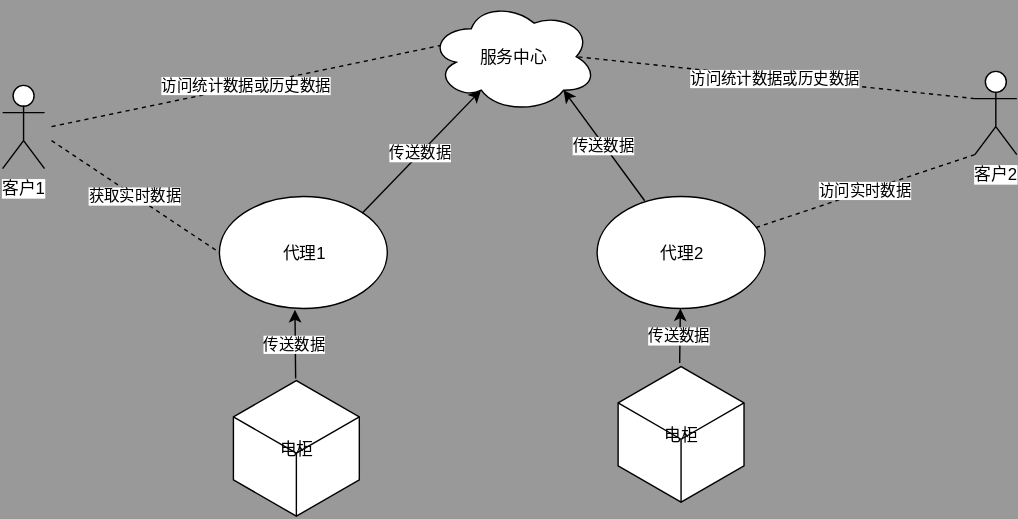
erbuziren/go-test keeps this draw.io diagram as 正常状态.svg. Above is the earlier version. Source tidied: cells renumbered, new cells last; positions are measured from the earlier drawing's top-left corner, leaving out a move shared by most shapes.
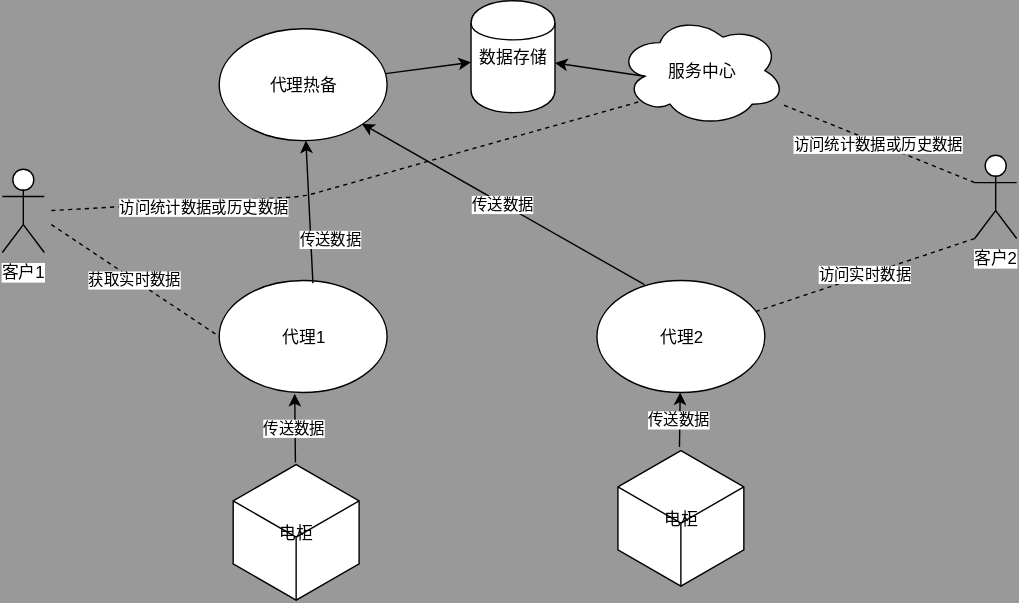
After the commit.

What changed in the source:
```diff
@@ -8,10 +8,10 @@
     <mxCell id="3" value="代理2" style="ellipse;whiteSpace=wrap;html=1;" parent="1" vertex="1">
       <mxGeometry x="425" y="140" width="120" height="80" as="geometry" />
     </mxCell>
-    <mxCell id="4" value="传送数据" style="endArrow=classic;html=1;exitX=1;exitY=0;entryX=0.31;entryY=0.8;entryPerimeter=0;" parent="1" edge="1" source="2" target="13">
-      <mxGeometry relative="1" as="geometry" />
+    <mxCell id="4" value="传送数据" style="endArrow=classic;html=1;exitX=0.558;exitY=0.025;exitPerimeter=0;" parent="1" edge="1" source="2" target="17">
+      <mxGeometry x="-0.39" y="-15" relative="1" as="geometry" />
     </mxCell>
-    <mxCell id="5" value="传送数据" style="endArrow=classic;html=1;entryX=0.8;entryY=0.8;exitX=0.283;exitY=0.038;exitPerimeter=0;entryPerimeter=0;" parent="1" edge="1" source="3" target="13">
+    <mxCell id="5" value="传送数据" style="endArrow=classic;html=1;entryX=1;entryY=1;exitX=0.283;exitY=0.038;exitPerimeter=0;" parent="1" edge="1" source="3" target="17">
       <mxGeometry relative="1" as="geometry" />
     </mxCell>
     <mxCell id="6" value="客户1" style="shape=umlActor;verticalLabelPosition=bottom;labelBackgroundColor=#ffffff;verticalAlign=top;html=1;" parent="1" vertex="1">
@@ -32,13 +32,16 @@
     <mxCell id="11" value="传送数据" style="endArrow=classic;html=1;exitX=0.489;exitY=-0.01;exitPerimeter=0;" parent="1" edge="1" source="8" target="3">
       <mxGeometry relative="1" as="geometry" />
     </mxCell>
-    <mxCell id="12" value="访问统计数据或历史数据" style="endArrow=none;dashed=1;html=1;entryX=0.07;entryY=0.4;entryPerimeter=0;" parent="1" edge="1" target="13">
-      <mxGeometry relative="1" as="geometry">
+    <mxCell id="12" value="访问统计数据或历史数据" style="endArrow=none;dashed=1;html=1;entryX=0.13;entryY=0.77;entryPerimeter=0;" parent="1" edge="1" target="13">
+      <mxGeometry x="-0.49" y="-4" relative="1" as="geometry">
         <mxPoint x="35" y="90" as="sourcePoint" />
+        <Array as="points">
+          <mxPoint x="215" y="80" />
+        </Array>
       </mxGeometry>
     </mxCell>
     <mxCell id="13" value="服务中心" style="ellipse;shape=cloud;whiteSpace=wrap;html=1;" parent="1" vertex="1">
-      <mxGeometry x="305" width="120" height="80" as="geometry" />
+      <mxGeometry x="440" y="-50" width="120" height="80" as="geometry" />
     </mxCell>
     <mxCell id="14" value="获取实时数据" style="endArrow=none;dashed=1;html=1;entryX=0;entryY=0.5;" parent="1" edge="1" target="2">
       <mxGeometry relative="1" as="geometry">
@@ -48,8 +51,20 @@
     <mxCell id="15" value="访问实时数据" style="endArrow=none;dashed=1;html=1;exitX=0;exitY=1;exitPerimeter=0;" parent="1" edge="1" source="9" target="3">
       <mxGeometry relative="1" as="geometry" />
     </mxCell>
-    <mxCell id="16" value="访问统计数据或历史数据" style="endArrow=none;dashed=1;html=1;exitX=0;exitY=0.3333333333333333;exitPerimeter=0;entryX=0.875;entryY=0.5;entryPerimeter=0;" parent="1" edge="1" source="9" target="13">
+    <mxCell id="16" value="访问统计数据或历史数据" style="endArrow=none;dashed=1;html=1;exitX=0;exitY=0.3333333333333333;exitPerimeter=0;entryX=0.975;entryY=0.8;entryPerimeter=0;" parent="1" edge="1" source="9" target="13">
       <mxGeometry relative="1" as="geometry" />
     </mxCell>
+    <mxCell id="17" value="代理热备" style="ellipse;whiteSpace=wrap;html=1;" parent="1" vertex="1">
+      <mxGeometry x="155" y="-40" width="120" height="80" as="geometry" />
+    </mxCell>
+    <mxCell id="18" value="数据存储" style="shape=cylinder;whiteSpace=wrap;html=1;" parent="1" vertex="1">
+      <mxGeometry x="335" y="-60" width="60" height="80" as="geometry" />
+    </mxCell>
+    <mxCell id="19" style="endArrow=classic;html=1;" parent="1" edge="1" source="17" target="18">
+      <mxGeometry relative="1" as="geometry" />
+    </mxCell>
+    <mxCell id="20" style="endArrow=classic;html=1;exitX=0.16;exitY=0.55;exitPerimeter=0;" parent="1" edge="1" source="13" target="18">
+      <mxGeometry relative="1" as="geometry" />
+    </mxCell>
   </root>
 </mxGraphModel>
```
